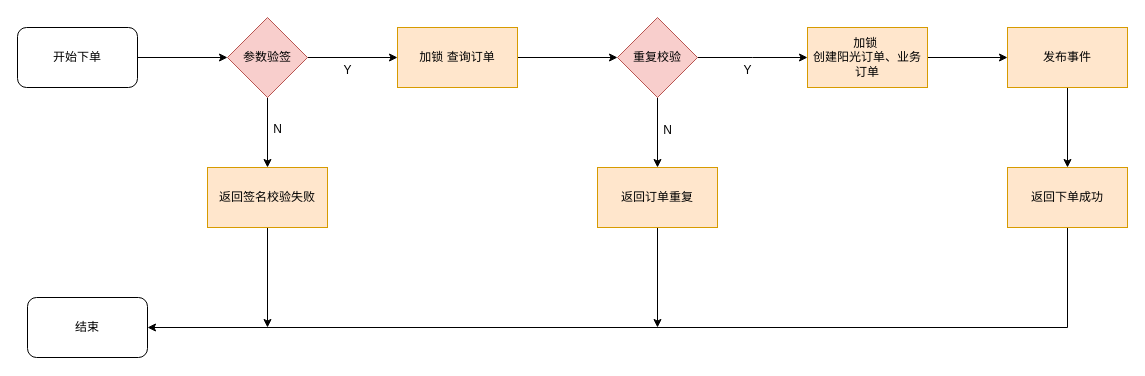
Earlier version of the draw.io diagram 阳光下单概设.drawio (Jie33/draw). Source tidied: cells renumbered, new cells numbered last; positions are measured from the earlier drawing's top-left corner, leaving out a move shared by most shapes. Both pictures are drawn from the tidied source at 100%, with x=0, y=0 at pixel (17, 17).
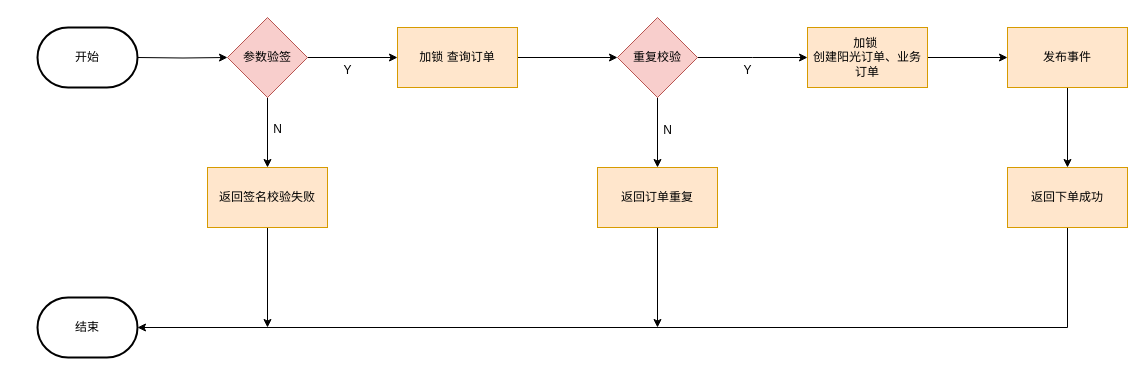
After the change.

Commit message:
更新阳光下单概设.drawio

Unchanged cells that the change refers to:
```xml
<mxCell id="6" value="参数验签" style="rhombus;whiteSpace=wrap;html=1;fillColor=#f8cecc;strokeColor=#b85450;" parent="1" vertex="1">
  <mxGeometry x="210" width="80" height="80" as="geometry" />
</mxCell>
<mxCell id="24" value="返回下单成功" style="rounded=0;whiteSpace=wrap;html=1;fillColor=#ffe6cc;strokeColor=#d79b00;" parent="1" vertex="1">
  <mxGeometry x="990" y="150" width="120" height="60" as="geometry" />
</mxCell>
```

Change to the diagram source:
```diff
@@
-    <mxCell id="2" style="edgeStyle=orthogonalEdgeStyle;rounded=0;jettySize=auto;html=1;" parent="1" edge="1" source="3" target="6">
-      <mxGeometry relative="1" as="geometry" />
+    <mxCell id="2" style="edgeStyle=orthogonalEdgeStyle;rounded=0;jettySize=auto;html=1;" parent="1" edge="1" target="6">
+      <mxGeometry relative="1" as="geometry">
+        <mxPoint x="120" y="40" as="sourcePoint" />
+      </mxGeometry>
     </mxCell>
-    <mxCell id="3" value="开始下单" style="rounded=1;whiteSpace=wrap;html=1;" parent="1" vertex="1">
-      <mxGeometry y="10" width="120" height="60" as="geometry" />
-    </mxCell>
@@
-    <mxCell id="7" value="结束" style="rounded=1;whiteSpace=wrap;html=1;" parent="1" vertex="1">
-      <mxGeometry x="10" y="280" width="120" height="60" as="geometry" />
-    </mxCell>
@@
-    <mxCell id="23" style="edgeStyle=orthogonalEdgeStyle;rounded=0;jettySize=auto;html=1;entryX=1;entryY=0.5;entryDx=0;entryDy=0;elbow=vertical;exitX=0.5;exitY=1;exitDx=0;exitDy=0;" parent="1" edge="1" source="24" target="7">
+    <mxCell id="23" style="edgeStyle=orthogonalEdgeStyle;rounded=0;jettySize=auto;html=1;entryX=1;entryY=0.5;entryDx=0;entryDy=0;elbow=vertical;exitX=0.5;exitY=1;exitDx=0;exitDy=0;entryPerimeter=0;" parent="1" edge="1" source="24" target="7">
       <mxGeometry relative="1" as="geometry" />
     </mxCell>
@@
+    <mxCell id="27" value="开始" style="strokeWidth=2;html=1;shape=mxgraph.flowchart.terminator;whiteSpace=wrap;" parent="1" vertex="1">
+      <mxGeometry x="20" y="10" width="100" height="60" as="geometry" />
+    </mxCell>
+    <mxCell id="7" value="结束" style="strokeWidth=2;html=1;shape=mxgraph.flowchart.terminator;whiteSpace=wrap;" parent="1" vertex="1">
+      <mxGeometry x="20" y="280" width="100" height="60" as="geometry" />
+    </mxCell>
```
